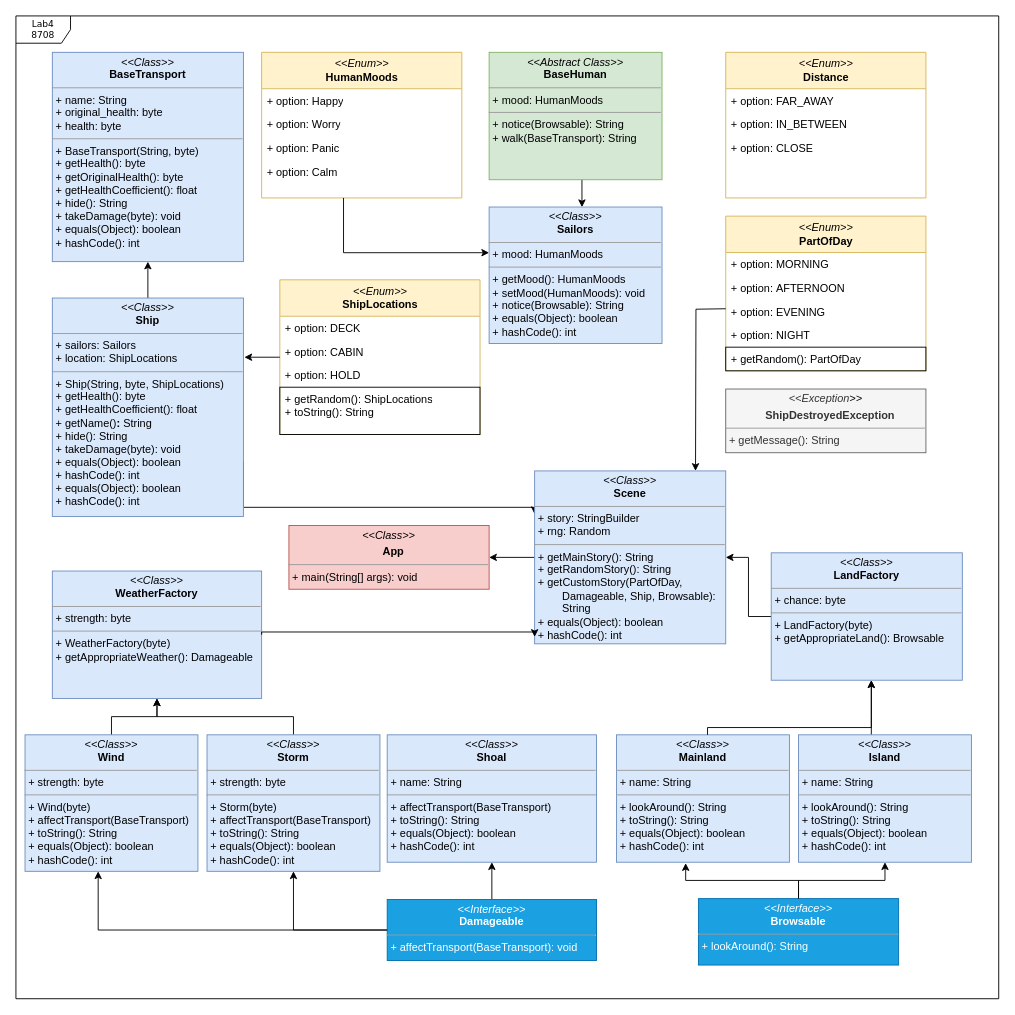
Before: lab4.drawio in ZueffC/itmo-lab4, a draw.io diagram. Source tidied: cells renumbered, new cells numbered last; positions are measured from the earlier drawing's top-left corner, leaving out a move shared by most shapes. Both pictures are drawn from the tidied source at 91%, with x=0, y=0 at pixel (15, 15).
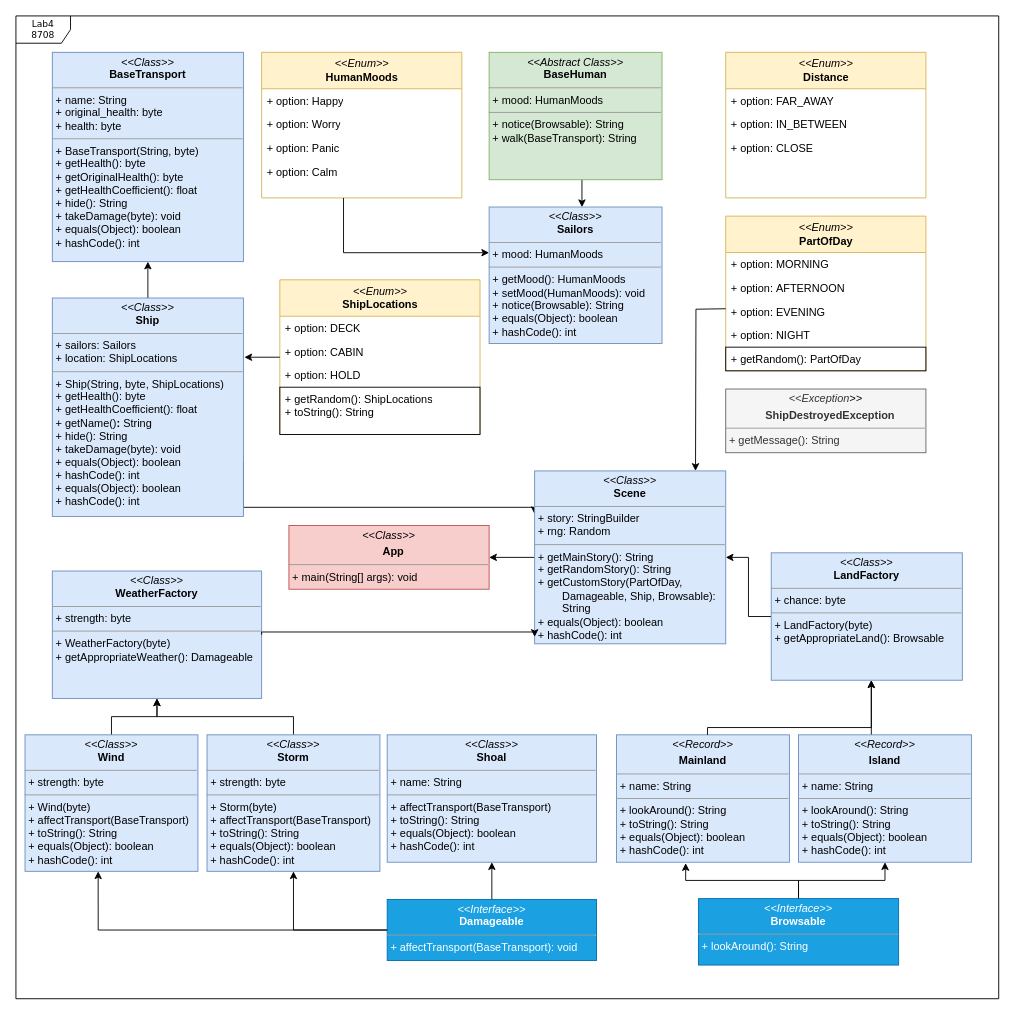
The same diagram, later.

The edit, as a diff of the source:
```diff
@@
-    <mxCell id="19" value="&lt;p style=&quot;margin:0px;margin-top:4px;text-align:center;&quot;&gt;&lt;i&gt;&amp;lt;&amp;lt;Class&amp;gt;&amp;gt;&lt;/i&gt;&lt;br&gt;&lt;b&gt;Island&lt;/b&gt;&lt;/p&gt;&lt;hr size=&quot;1&quot;&gt;&lt;p style=&quot;margin:0px;margin-left:4px;&quot;&gt;+ name: String&lt;br&gt;&lt;/p&gt;&lt;hr size=&quot;1&quot;&gt;&lt;p style=&quot;margin:0px;margin-left:4px;&quot;&gt;+ lookAround(): String&lt;br&gt;+ toString():&amp;nbsp;&lt;span style=&quot;background-color: transparent; color: light-dark(rgb(0, 0, 0), rgb(255, 255, 255));&quot;&gt;String&lt;/span&gt;&lt;/p&gt;&lt;p style=&quot;margin:0px;margin-left:4px;&quot;&gt;&lt;span style=&quot;background-color: transparent; color: light-dark(rgb(0, 0, 0), rgb(255, 255, 255));&quot;&gt;+&amp;nbsp;&lt;/span&gt;&lt;span style=&quot;background-color: transparent;&quot;&gt;equals(Object):&amp;nbsp;&lt;/span&gt;&lt;span style=&quot;background-color: transparent; color: light-dark(rgb(0, 0, 0), rgb(255, 255, 255));&quot;&gt;boolean&lt;/span&gt;&lt;/p&gt;&lt;p style=&quot;margin:0px;margin-left:4px;&quot;&gt;&lt;span style=&quot;background-color: transparent; color: light-dark(rgb(0, 0, 0), rgb(255, 255, 255));&quot;&gt;+&amp;nbsp;&lt;/span&gt;&lt;span style=&quot;background-color: transparent;&quot;&gt;hashCode(): int&lt;/span&gt;&lt;/p&gt;" style="verticalAlign=top;align=left;overflow=fill;fontSize=12;fontFamily=Helvetica;html=1;rounded=0;shadow=0;comic=0;labelBackgroundColor=none;strokeWidth=1;fillColor=#dae8fc;strokeColor=#6c8ebf;fillStyle=auto;gradientColor=none;" parent="1" vertex="1">
+    <mxCell id="19" value="&lt;p style=&quot;margin:0px;margin-top:4px;text-align:center;&quot;&gt;&lt;i&gt;&amp;lt;&amp;lt;Record&lt;/i&gt;&lt;i style=&quot;background-color: transparent; color: light-dark(rgb(0, 0, 0), rgb(255, 255, 255));&quot;&gt;&amp;gt;&amp;gt;&lt;/i&gt;&lt;/p&gt;&lt;p style=&quot;margin:0px;margin-top:4px;text-align:center;&quot;&gt;&lt;b&gt;Island&lt;/b&gt;&lt;/p&gt;&lt;hr size=&quot;1&quot;&gt;&lt;p style=&quot;margin:0px;margin-left:4px;&quot;&gt;+ name: String&lt;br&gt;&lt;/p&gt;&lt;hr size=&quot;1&quot;&gt;&lt;p style=&quot;margin:0px;margin-left:4px;&quot;&gt;+ lookAround(): String&lt;br&gt;+ toString():&amp;nbsp;&lt;span style=&quot;background-color: transparent; color: light-dark(rgb(0, 0, 0), rgb(255, 255, 255));&quot;&gt;String&lt;/span&gt;&lt;/p&gt;&lt;p style=&quot;margin:0px;margin-left:4px;&quot;&gt;&lt;span style=&quot;background-color: transparent; color: light-dark(rgb(0, 0, 0), rgb(255, 255, 255));&quot;&gt;+&amp;nbsp;&lt;/span&gt;&lt;span style=&quot;background-color: transparent;&quot;&gt;equals(Object):&amp;nbsp;&lt;/span&gt;&lt;span style=&quot;background-color: transparent; color: light-dark(rgb(0, 0, 0), rgb(255, 255, 255));&quot;&gt;boolean&lt;/span&gt;&lt;/p&gt;&lt;p style=&quot;margin:0px;margin-left:4px;&quot;&gt;&lt;span style=&quot;background-color: transparent; color: light-dark(rgb(0, 0, 0), rgb(255, 255, 255));&quot;&gt;+&amp;nbsp;&lt;/span&gt;&lt;span style=&quot;background-color: transparent;&quot;&gt;hashCode(): int&lt;/span&gt;&lt;/p&gt;" style="verticalAlign=top;align=left;overflow=fill;fontSize=12;fontFamily=Helvetica;html=1;rounded=0;shadow=0;comic=0;labelBackgroundColor=none;strokeWidth=1;fillColor=#dae8fc;strokeColor=#6c8ebf;fillStyle=auto;gradientColor=none;" parent="1" vertex="1">
       <mxGeometry x="860" y="790" width="190" height="140" as="geometry" />
     </mxCell>
-    <mxCell id="20" value="&lt;p style=&quot;margin:0px;margin-top:4px;text-align:center;&quot;&gt;&lt;i&gt;&amp;lt;&amp;lt;Class&amp;gt;&amp;gt;&lt;/i&gt;&lt;br&gt;&lt;b&gt;Mainland&lt;/b&gt;&lt;/p&gt;&lt;hr size=&quot;1&quot;&gt;&lt;p style=&quot;margin:0px;margin-left:4px;&quot;&gt;+ name: String&lt;br&gt;&lt;/p&gt;&lt;hr size=&quot;1&quot;&gt;&lt;p style=&quot;margin:0px;margin-left:4px;&quot;&gt;+ lookAround(): String&lt;br&gt;+ toString():&amp;nbsp;&lt;span style=&quot;background-color: transparent; color: light-dark(rgb(0, 0, 0), rgb(255, 255, 255));&quot;&gt;String&lt;/span&gt;&lt;/p&gt;&lt;p style=&quot;margin:0px;margin-left:4px;&quot;&gt;&lt;span style=&quot;background-color: transparent; color: light-dark(rgb(0, 0, 0), rgb(255, 255, 255));&quot;&gt;+&amp;nbsp;&lt;/span&gt;&lt;span style=&quot;background-color: transparent;&quot;&gt;equals(Object):&amp;nbsp;&lt;/span&gt;&lt;span style=&quot;background-color: transparent; color: light-dark(rgb(0, 0, 0), rgb(255, 255, 255));&quot;&gt;boolean&lt;/span&gt;&lt;/p&gt;&lt;p style=&quot;margin:0px;margin-left:4px;&quot;&gt;&lt;span style=&quot;background-color: transparent; color: light-dark(rgb(0, 0, 0), rgb(255, 255, 255));&quot;&gt;+&amp;nbsp;&lt;/span&gt;&lt;span style=&quot;background-color: transparent;&quot;&gt;hashCode(): int&lt;/span&gt;&lt;/p&gt;" style="verticalAlign=top;align=left;overflow=fill;fontSize=12;fontFamily=Helvetica;html=1;rounded=0;shadow=0;comic=0;labelBackgroundColor=none;strokeWidth=1;fillColor=#dae8fc;strokeColor=#6c8ebf;fillStyle=auto;gradientColor=none;" parent="1" vertex="1">
+    <mxCell id="20" value="&lt;p style=&quot;margin:0px;margin-top:4px;text-align:center;&quot;&gt;&lt;i&gt;&amp;lt;&amp;lt;Record&lt;/i&gt;&lt;i style=&quot;background-color: transparent; color: light-dark(rgb(0, 0, 0), rgb(255, 255, 255));&quot;&gt;&amp;gt;&amp;gt;&lt;/i&gt;&lt;/p&gt;&lt;p style=&quot;margin:0px;margin-top:4px;text-align:center;&quot;&gt;&lt;b&gt;Mainland&lt;/b&gt;&lt;/p&gt;&lt;hr size=&quot;1&quot;&gt;&lt;p style=&quot;margin:0px;margin-left:4px;&quot;&gt;+ name: String&lt;br&gt;&lt;/p&gt;&lt;hr size=&quot;1&quot;&gt;&lt;p style=&quot;margin:0px;margin-left:4px;&quot;&gt;+ lookAround(): String&lt;br&gt;+ toString():&amp;nbsp;&lt;span style=&quot;background-color: transparent; color: light-dark(rgb(0, 0, 0), rgb(255, 255, 255));&quot;&gt;String&lt;/span&gt;&lt;/p&gt;&lt;p style=&quot;margin:0px;margin-left:4px;&quot;&gt;&lt;span style=&quot;background-color: transparent; color: light-dark(rgb(0, 0, 0), rgb(255, 255, 255));&quot;&gt;+&amp;nbsp;&lt;/span&gt;&lt;span style=&quot;background-color: transparent;&quot;&gt;equals(Object):&amp;nbsp;&lt;/span&gt;&lt;span style=&quot;background-color: transparent; color: light-dark(rgb(0, 0, 0), rgb(255, 255, 255));&quot;&gt;boolean&lt;/span&gt;&lt;/p&gt;&lt;p style=&quot;margin:0px;margin-left:4px;&quot;&gt;&lt;span style=&quot;background-color: transparent; color: light-dark(rgb(0, 0, 0), rgb(255, 255, 255));&quot;&gt;+&amp;nbsp;&lt;/span&gt;&lt;span style=&quot;background-color: transparent;&quot;&gt;hashCode(): int&lt;/span&gt;&lt;/p&gt;" style="verticalAlign=top;align=left;overflow=fill;fontSize=12;fontFamily=Helvetica;html=1;rounded=0;shadow=0;comic=0;labelBackgroundColor=none;strokeWidth=1;fillColor=#dae8fc;strokeColor=#6c8ebf;fillStyle=auto;gradientColor=none;" parent="1" vertex="1">
       <mxGeometry x="660" y="790" width="190" height="140" as="geometry" />
     </mxCell>
```
